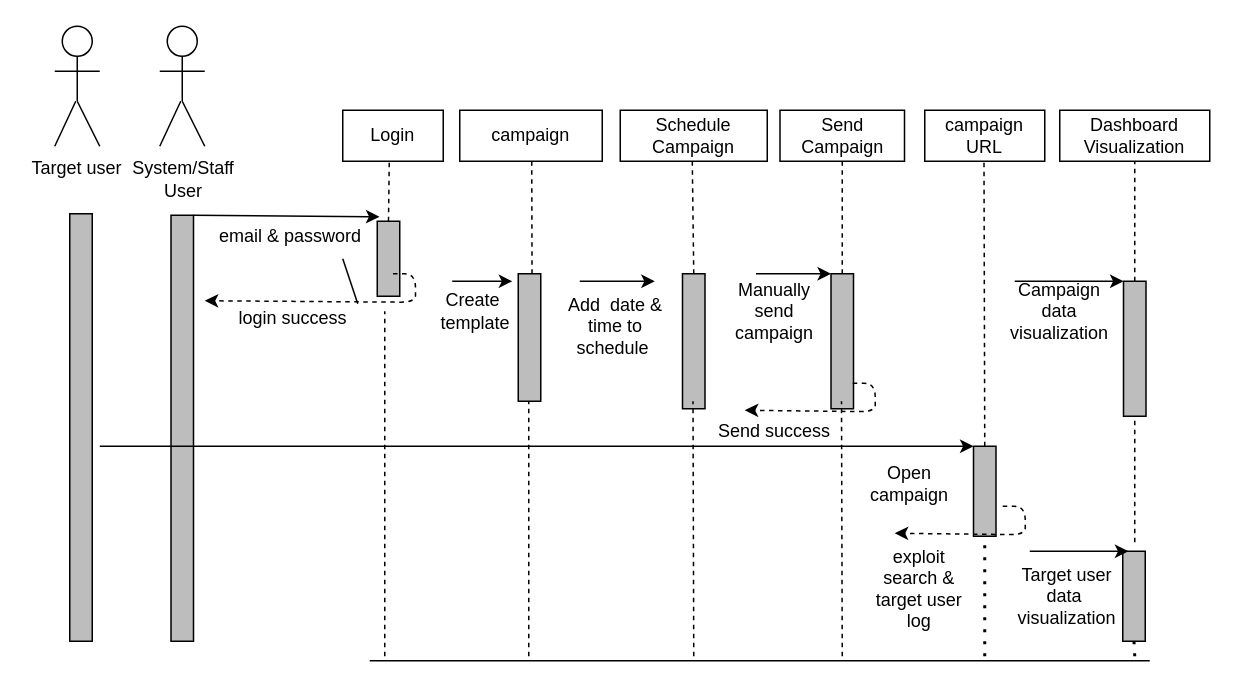
Above: isequencediagram.drawio in jonamadk/DrawIO (draw.io), before the change. Source tidied: cells renumbered, new cells numbered last; positions are measured from the earlier drawing's top-left corner, leaving out a move shared by most shapes. Both pictures are drawn from the tidied source at 150%, with x=0, y=0 at pixel (26, 26).
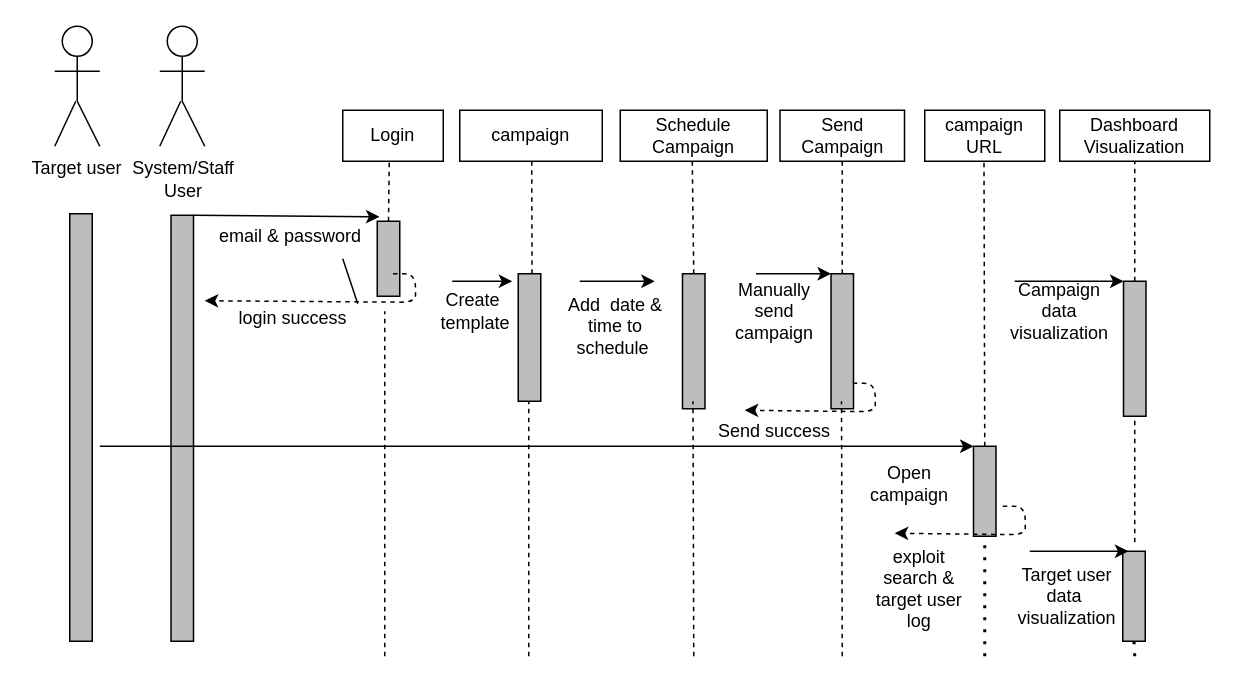
The same page after the edit.

What changed in the source:
```diff
@@
-    <mxCell id="27" style="endArrow=none;html=1;rounded=1;strokeWidth=1;entryX=1;entryY=1;entryDx=0;entryDy=0;entryPerimeter=0;" parent="1" edge="1">
-      <mxGeometry relative="1" as="geometry">
-        <mxPoint x="229" y="423" as="sourcePoint" />
-        <mxPoint x="749" y="423" as="targetPoint" />
-      </mxGeometry>
-    </mxCell>
```
